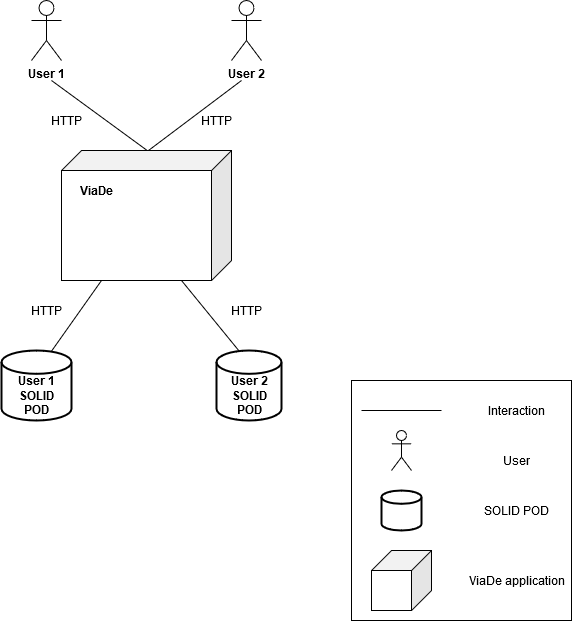
Above: src/docs/images/TechnicalContextDiagram.png in Arquisoft/viade_es1c (draw.io), before the change. Source tidied: cells renumbered, new cells last; positions are measured from the earlier drawing's top-left corner, leaving out a move shared by most shapes. Its diagram source:
```xml
<mxGraphModel>
  <root>
    <mxCell id="0" />
    <mxCell id="1" parent="0" />
    <mxCell id="2" value="&lt;div&gt;&lt;b&gt;User 1&lt;/b&gt;&lt;/div&gt;" style="shape=umlActor;verticalLabelPosition=bottom;labelBackgroundColor=#ffffff;verticalAlign=top;html=1;" parent="1" vertex="1">
      <mxGeometry x="30" width="30" height="60" as="geometry" />
    </mxCell>
    <mxCell id="3" value="User 2" style="shape=umlActor;verticalLabelPosition=bottom;labelBackgroundColor=#ffffff;verticalAlign=top;html=1;align=center;fontStyle=1;" parent="1" vertex="1">
      <mxGeometry x="230" width="30" height="60" as="geometry" />
    </mxCell>
    <mxCell id="4" style="shape=cube;whiteSpace=wrap;html=1;boundedLbl=1;backgroundOutline=1;darkOpacity=0.05;darkOpacity2=0.1;align=center;direction=east;flipH=1;" parent="1" vertex="1">
      <mxGeometry x="60" y="150" width="170" height="130" as="geometry" />
    </mxCell>
    <mxCell id="5" style="endArrow=none;html=1;exitX=0.497;exitY=-0.001;exitDx=0;exitDy=0;exitPerimeter=0;" parent="1" edge="1" source="4">
      <mxGeometry relative="1" as="geometry">
        <mxPoint x="50" y="80" as="targetPoint" />
      </mxGeometry>
    </mxCell>
    <mxCell id="6" style="endArrow=none;html=1;" parent="1" edge="1">
      <mxGeometry relative="1" as="geometry">
        <mxPoint x="147" y="150" as="sourcePoint" />
        <mxPoint x="240" y="80" as="targetPoint" />
      </mxGeometry>
    </mxCell>
    <mxCell id="7" value="ViaDe" style="text;html=1;strokeColor=none;fillColor=none;align=center;verticalAlign=middle;whiteSpace=wrap;rounded=0;fontStyle=1;" parent="1" vertex="1">
      <mxGeometry x="70" y="180" width="50" height="20" as="geometry" />
    </mxCell>
    <mxCell id="8" value="HTTP" style="text;html=1;align=center;verticalAlign=middle;" parent="1" vertex="1">
      <mxGeometry x="40" y="110" width="50" height="20" as="geometry" />
    </mxCell>
    <mxCell id="9" value="HTTP" style="text;html=1;align=center;verticalAlign=middle;" parent="1" vertex="1">
      <mxGeometry x="190" y="110" width="50" height="20" as="geometry" />
    </mxCell>
    <mxCell id="10" style="strokeWidth=2;html=1;shape=mxgraph.flowchart.database;whiteSpace=wrap;align=center;" parent="1" vertex="1">
      <mxGeometry y="350" width="70" height="70" as="geometry" />
    </mxCell>
    <mxCell id="11" style="strokeWidth=2;html=1;shape=mxgraph.flowchart.database;whiteSpace=wrap;align=center;" parent="1" vertex="1">
      <mxGeometry x="215" y="350" width="65" height="70" as="geometry" />
    </mxCell>
    <mxCell id="12" value="&lt;div&gt;User 1 &lt;br&gt;&lt;/div&gt;&lt;div&gt;SOLID &lt;br&gt;&lt;/div&gt;&lt;div&gt;POD&lt;/div&gt;" style="text;html=1;align=center;verticalAlign=middle;fontStyle=1;" parent="1" vertex="1">
      <mxGeometry x="10" y="370" width="50" height="50" as="geometry" />
    </mxCell>
    <mxCell id="13" value="&lt;div&gt;User 2 &lt;br&gt;&lt;/div&gt;&lt;div&gt;SOLID &lt;br&gt;&lt;/div&gt;&lt;div&gt;POD&lt;/div&gt;" style="text;html=1;align=center;verticalAlign=middle;fontStyle=1;" parent="1" vertex="1">
      <mxGeometry x="222.5" y="370" width="50" height="50" as="geometry" />
    </mxCell>
    <mxCell id="14" style="endArrow=none;html=1;exitX=0.71;exitY=0.016;exitDx=0;exitDy=0;exitPerimeter=0;" parent="1" edge="1" source="10">
      <mxGeometry relative="1" as="geometry">
        <mxPoint x="100" y="280" as="targetPoint" />
      </mxGeometry>
    </mxCell>
    <mxCell id="15" style="endArrow=none;html=1;exitX=0.345;exitY=0.004;exitDx=0;exitDy=0;exitPerimeter=0;" parent="1" edge="1" source="11">
      <mxGeometry relative="1" as="geometry">
        <mxPoint x="180" y="280" as="targetPoint" />
      </mxGeometry>
    </mxCell>
    <mxCell id="16" value="HTTP" style="text;html=1;align=center;verticalAlign=middle;" parent="1" vertex="1">
      <mxGeometry x="220" y="300" width="50" height="20" as="geometry" />
    </mxCell>
    <mxCell id="17" value="HTTP" style="text;html=1;align=center;verticalAlign=middle;" parent="1" vertex="1">
      <mxGeometry x="20" y="300" width="50" height="20" as="geometry" />
    </mxCell>
    <mxCell id="18" style="rounded=0;whiteSpace=wrap;html=1;align=center;" parent="1" vertex="1">
      <mxGeometry x="350" y="380" width="220" height="240" as="geometry" />
    </mxCell>
    <mxCell id="19" style="endArrow=none;html=1;" parent="1" edge="1">
      <mxGeometry relative="1" as="geometry">
        <mxPoint x="360" y="410" as="sourcePoint" />
        <mxPoint x="440" y="410" as="targetPoint" />
      </mxGeometry>
    </mxCell>
    <mxCell id="20" value="Interaction" style="text;html=1;align=center;verticalAlign=middle;" parent="1" vertex="1">
      <mxGeometry x="480" y="400" width="70" height="20" as="geometry" />
    </mxCell>
    <mxCell id="21" style="shape=umlActor;verticalLabelPosition=bottom;labelBackgroundColor=#ffffff;verticalAlign=top;html=1;align=center;" parent="1" vertex="1">
      <mxGeometry x="390" y="430" width="20" height="40" as="geometry" />
    </mxCell>
    <mxCell id="22" value="User" style="text;html=1;strokeColor=none;fillColor=none;align=center;verticalAlign=middle;whiteSpace=wrap;rounded=0;" parent="1" vertex="1">
      <mxGeometry x="495" y="450" width="40" height="20" as="geometry" />
    </mxCell>
    <mxCell id="23" style="strokeWidth=2;html=1;shape=mxgraph.flowchart.database;whiteSpace=wrap;align=center;" parent="1" vertex="1">
      <mxGeometry x="380" y="490" width="40" height="40" as="geometry" />
    </mxCell>
    <mxCell id="24" value="SOLID POD" style="text;html=1;align=center;verticalAlign=middle;" parent="1" vertex="1">
      <mxGeometry x="475" y="500" width="80" height="20" as="geometry" />
    </mxCell>
    <mxCell id="25" style="shape=cube;whiteSpace=wrap;html=1;boundedLbl=1;backgroundOutline=1;darkOpacity=0.05;darkOpacity2=0.1;align=center;direction=east;flipH=1;" parent="1" vertex="1">
      <mxGeometry x="370" y="550" width="60" height="60" as="geometry" />
    </mxCell>
    <mxCell id="26" value="ViaDe application" style="text;html=1;align=center;verticalAlign=middle;" parent="1" vertex="1">
      <mxGeometry x="460" y="570" width="110" height="20" as="geometry" />
    </mxCell>
  </root>
</mxGraphModel>
```
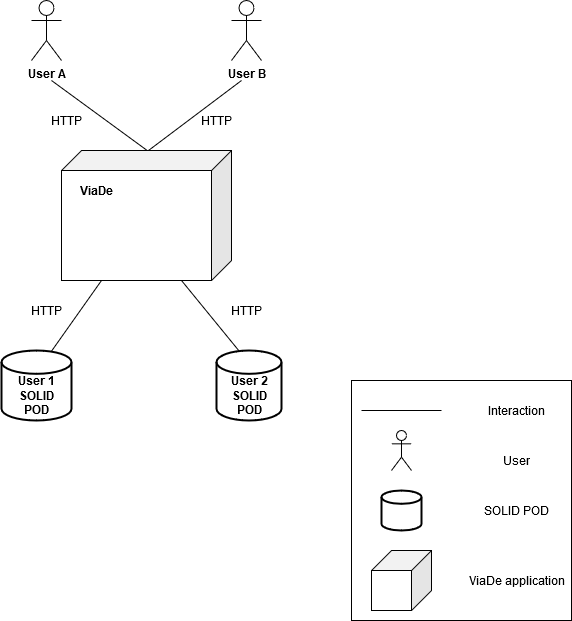
After the commit.

Commit message:
Slight modifications in section 3 (Technical context diagram)

What changed in the source:
```diff
@@ -2,10 +2,10 @@
   <root>
     <mxCell id="0" />
     <mxCell id="1" parent="0" />
-    <mxCell id="2" value="&lt;div&gt;&lt;b&gt;User 1&lt;/b&gt;&lt;/div&gt;" style="shape=umlActor;verticalLabelPosition=bottom;labelBackgroundColor=#ffffff;verticalAlign=top;html=1;" parent="1" vertex="1">
+    <mxCell id="2" value="&lt;div&gt;&lt;b&gt;User A&lt;br&gt;&lt;/b&gt;&lt;/div&gt;" style="shape=umlActor;verticalLabelPosition=bottom;labelBackgroundColor=#ffffff;verticalAlign=top;html=1;" parent="1" vertex="1">
       <mxGeometry x="30" width="30" height="60" as="geometry" />
     </mxCell>
-    <mxCell id="3" value="User 2" style="shape=umlActor;verticalLabelPosition=bottom;labelBackgroundColor=#ffffff;verticalAlign=top;html=1;align=center;fontStyle=1;" parent="1" vertex="1">
+    <mxCell id="3" value="User B" style="shape=umlActor;verticalLabelPosition=bottom;labelBackgroundColor=#ffffff;verticalAlign=top;html=1;align=center;fontStyle=1;" parent="1" vertex="1">
       <mxGeometry x="230" width="30" height="60" as="geometry" />
     </mxCell>
     <mxCell id="4" style="shape=cube;whiteSpace=wrap;html=1;boundedLbl=1;backgroundOutline=1;darkOpacity=0.05;darkOpacity2=0.1;align=center;direction=east;flipH=1;" parent="1" vertex="1">
```
